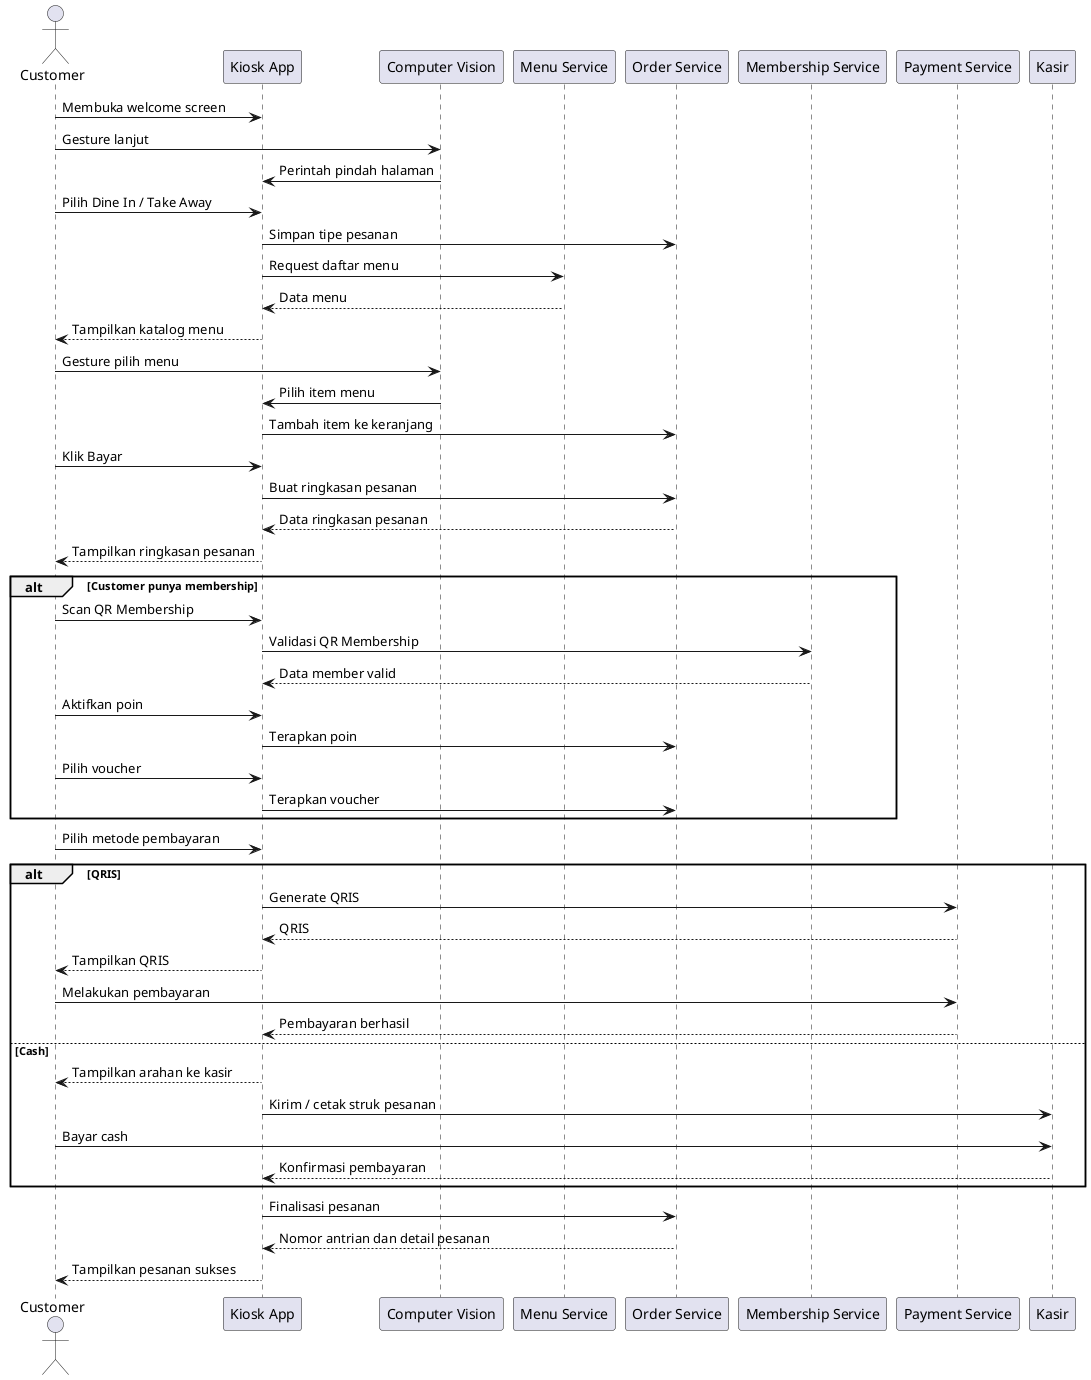
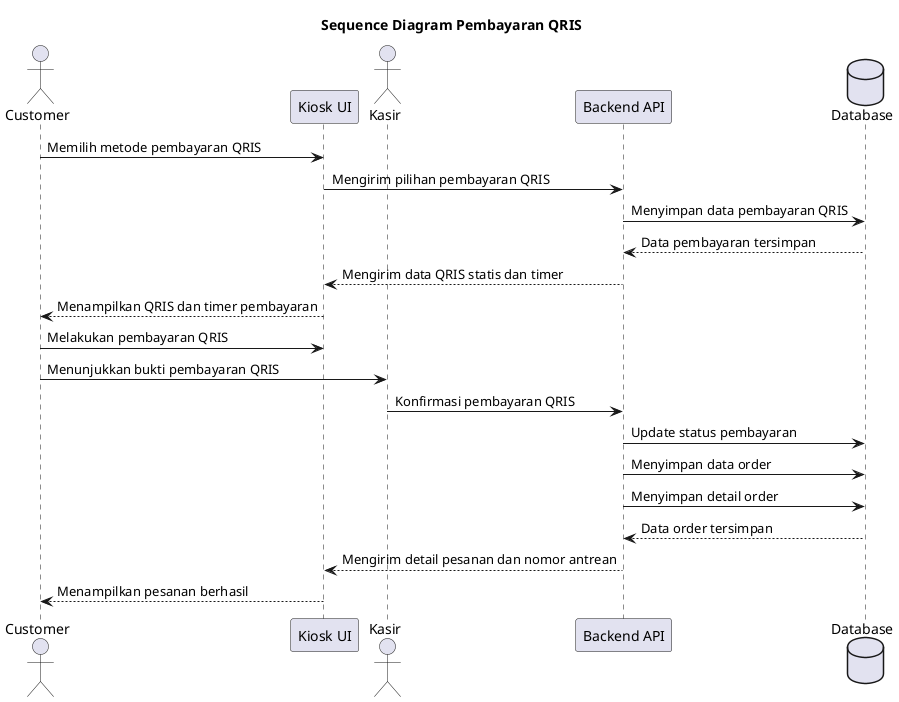
@startuml
+ title Sequence Diagram Pembayaran QRIS
+ 
actor Customer
- participant "Kiosk App" as Kiosk
- participant "Computer Vision" as CV
- participant "Menu Service" as Menu
- participant "Order Service" as Order
- participant "Membership Service" as Member
- participant "Payment Service" as Payment
- participant Kasir
+ participant "Kiosk UI" as KioskUI
+ actor Kasir
+ participant "Backend API" as Backend
+ database "Database" as DB

- Customer -> Kiosk : Membuka welcome screen
- Customer -> CV : Gesture lanjut
- CV -> Kiosk : Perintah pindah halaman
+ Customer -> KioskUI : Memilih metode pembayaran QRIS
+ KioskUI -> Backend : Mengirim pilihan pembayaran QRIS

- Customer -> Kiosk : Pilih Dine In / Take Away
- Kiosk -> Order : Simpan tipe pesanan
+ Backend -> DB : Menyimpan data pembayaran QRIS
+ DB --> Backend : Data pembayaran tersimpan

- Kiosk -> Menu : Request daftar menu
- Menu --> Kiosk : Data menu
- Kiosk --> Customer : Tampilkan katalog menu
+ Backend --> KioskUI : Mengirim data QRIS statis dan timer
+ KioskUI --> Customer : Menampilkan QRIS dan timer pembayaran

- Customer -> CV : Gesture pilih menu
- CV -> Kiosk : Pilih item menu
- Kiosk -> Order : Tambah item ke keranjang
+ Customer -> KioskUI : Melakukan pembayaran QRIS
+ Customer -> Kasir : Menunjukkan bukti pembayaran QRIS

- Customer -> Kiosk : Klik Bayar
- Kiosk -> Order : Buat ringkasan pesanan
- Order --> Kiosk : Data ringkasan pesanan
- Kiosk --> Customer : Tampilkan ringkasan pesanan
+ Kasir -> Backend : Konfirmasi pembayaran QRIS
+ Backend -> DB : Update status pembayaran
+ Backend -> DB : Menyimpan data order
+ Backend -> DB : Menyimpan detail order
+ DB --> Backend : Data order tersimpan

- alt Customer punya membership
-   Customer -> Kiosk : Scan QR Membership
-   Kiosk -> Member : Validasi QR Membership
-   Member --> Kiosk : Data member valid
- 
-   Customer -> Kiosk : Aktifkan poin
-   Kiosk -> Order : Terapkan poin
- 
-   Customer -> Kiosk : Pilih voucher
-   Kiosk -> Order : Terapkan voucher
- end
- 
- Customer -> Kiosk : Pilih metode pembayaran
- 
- alt QRIS
-   Kiosk -> Payment : Generate QRIS
-   Payment --> Kiosk : QRIS
-   Kiosk --> Customer : Tampilkan QRIS
-   Customer -> Payment : Melakukan pembayaran
-   Payment --> Kiosk : Pembayaran berhasil
- else Cash
-   Kiosk --> Customer : Tampilkan arahan ke kasir
-   Kiosk -> Kasir : Kirim / cetak struk pesanan
-   Customer -> Kasir : Bayar cash
-   Kasir --> Kiosk : Konfirmasi pembayaran
- end
- 
- Kiosk -> Order : Finalisasi pesanan
- Order --> Kiosk : Nomor antrian dan detail pesanan
- Kiosk --> Customer : Tampilkan pesanan sukses
+ Backend --> KioskUI : Mengirim detail pesanan dan nomor antrean
+ KioskUI --> Customer : Menampilkan pesanan berhasil

@enduml